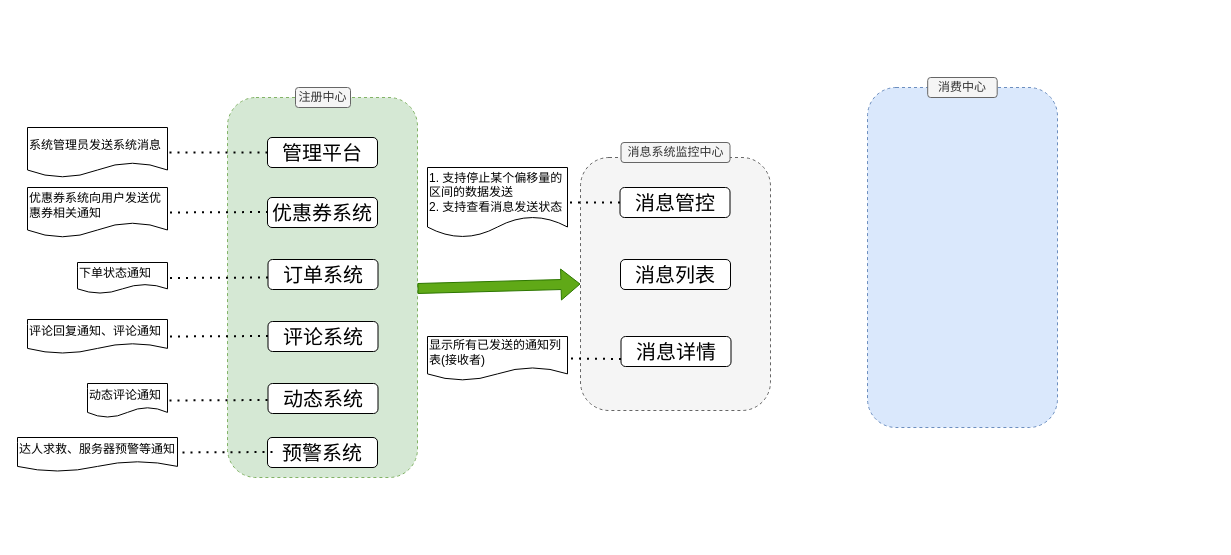
Above: message.drawio in yoooknight/Git (draw.io), before the change. Source tidied: cells renumbered, new cells numbered last; positions are measured from the earlier drawing's top-left corner, leaving out a move shared by most shapes. Both pictures are drawn from the tidied source at 100%, with x=0, y=0 at pixel (17, 77).
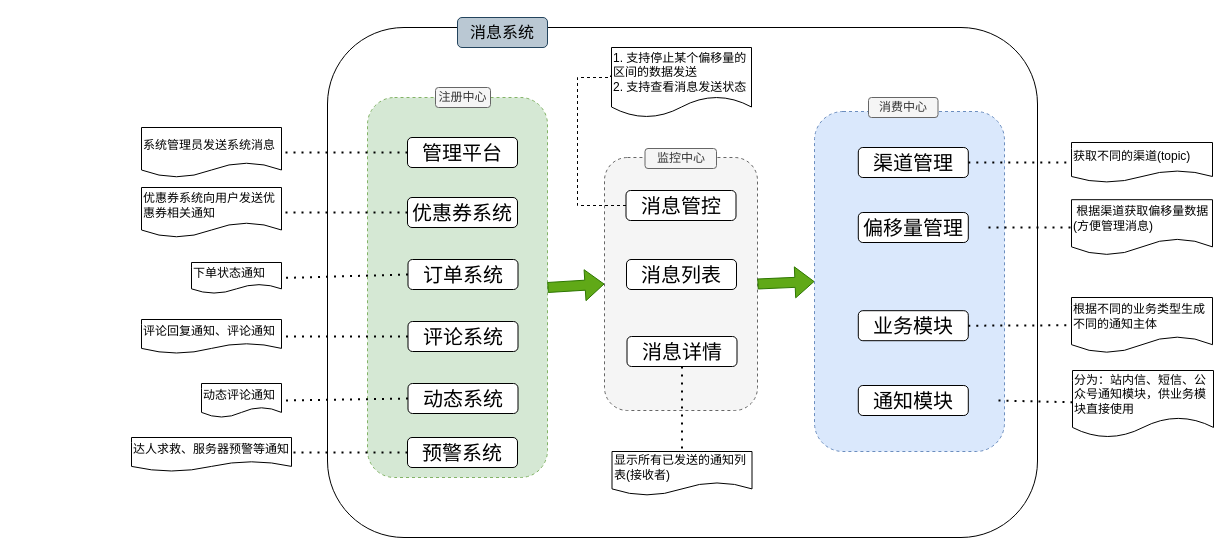
After the change.

Change to the diagram source:
```diff
@@
+    <mxCell id="34" style="rounded=1;whiteSpace=wrap;html=1;" parent="1" vertex="1">
+      <mxGeometry x="310" y="-50" width="710" height="510" as="geometry" />
+    </mxCell>
     <mxCell id="2" style="rounded=1;whiteSpace=wrap;html=1;dashed=1;fillColor=#d5e8d4;strokeColor=#82b366;" parent="1" vertex="1">
-      <mxGeometry x="210" y="20" width="190" height="380" as="geometry" />
+      <mxGeometry x="350" y="20" width="180" height="380" as="geometry" />
     </mxCell>
     <mxCell id="3" value="注册中心" style="rounded=1;whiteSpace=wrap;html=1;fillColor=#f5f5f5;fontColor=#333333;strokeColor=#666666;" parent="1" vertex="1">
-      <mxGeometry x="278" y="10" width="55" height="20" as="geometry" />
+      <mxGeometry x="418" y="10" width="55" height="20" as="geometry" />
     </mxCell>
     <mxCell id="4" value="&lt;font style=&quot;font-size: 20px;&quot;&gt;管理平台&lt;/font&gt;" style="rounded=1;whiteSpace=wrap;html=1;" parent="1" vertex="1">
-      <mxGeometry x="250" y="60" width="110" height="30" as="geometry" />
+      <mxGeometry x="390" y="60" width="110" height="30" as="geometry" />
     </mxCell>
     <mxCell id="5" value="&lt;font style=&quot;font-size: 20px;&quot;&gt;订单系统&lt;/font&gt;" style="rounded=1;whiteSpace=wrap;html=1;" parent="1" vertex="1">
-      <mxGeometry x="250.5" y="182" width="110" height="30" as="geometry" />
+      <mxGeometry x="390.5" y="182" width="110" height="30" as="geometry" />
     </mxCell>
     <mxCell id="6" value="&lt;font style=&quot;font-size: 20px;&quot;&gt;动态系统&lt;/font&gt;" style="rounded=1;whiteSpace=wrap;html=1;" parent="1" vertex="1">
-      <mxGeometry x="250.5" y="306" width="110" height="30" as="geometry" />
+      <mxGeometry x="390.5" y="306" width="110" height="30" as="geometry" />
     </mxCell>
     <mxCell id="7" value="&lt;font style=&quot;font-size: 20px;&quot;&gt;评论系统&lt;/font&gt;" style="rounded=1;whiteSpace=wrap;html=1;" parent="1" vertex="1">
-      <mxGeometry x="250.5" y="244" width="110" height="30" as="geometry" />
+      <mxGeometry x="390.5" y="244" width="110" height="30" as="geometry" />
     </mxCell>
     <mxCell id="8" value="&lt;font style=&quot;font-size: 20px;&quot;&gt;优惠券系统&lt;/font&gt;" style="rounded=1;whiteSpace=wrap;html=1;" parent="1" vertex="1">
-      <mxGeometry x="250" y="120" width="110" height="30" as="geometry" />
+      <mxGeometry x="390" y="120" width="110" height="30" as="geometry" />
     </mxCell>
@@
     <mxCell id="10" value="系统管理员发送系统消息" style="shape=document;whiteSpace=wrap;html=1;boundedLbl=1;align=left;" parent="1" vertex="1">
-      <mxGeometry x="10" y="50" width="140" height="50" as="geometry" />
+      <mxGeometry x="124" y="50" width="140" height="50" as="geometry" />
     </mxCell>
     <mxCell id="11" style="rounded=1;whiteSpace=wrap;html=1;dashed=1;fillColor=#dae8fc;strokeColor=#6c8ebf;" parent="1" vertex="1">
-      <mxGeometry x="850" y="10" width="190" height="340" as="geometry" />
+      <mxGeometry x="797" y="34" width="190" height="340" as="geometry" />
     </mxCell>
     <mxCell id="12" style="rounded=1;whiteSpace=wrap;html=1;dashed=1;fillColor=#f5f5f5;strokeColor=#666666;fontColor=#333333;" parent="1" vertex="1">
-      <mxGeometry x="563" y="80" width="190" height="253" as="geometry" />
+      <mxGeometry x="587" y="80" width="153" height="253" as="geometry" />
     </mxCell>
-    <mxCell id="13" style="endArrow=none;dashed=1;html=1;dashPattern=1 3;strokeWidth=2;rounded=0;exitX=0;exitY=0.5;exitDx=0;exitDy=0;" parent="1" edge="1">
+    <mxCell id="13" style="endArrow=none;dashed=1;html=1;dashPattern=1 3;strokeWidth=2;rounded=0;exitX=0;exitY=0.5;exitDx=0;exitDy=0;" parent="1" edge="1" source="8">
       <mxGeometry relative="1" as="geometry">
-        <mxPoint x="250.5" y="134.5" as="sourcePoint" />
-        <mxPoint x="151" y="135" as="targetPoint" />
+        <mxPoint x="265" y="135" as="targetPoint" />
       </mxGeometry>
     </mxCell>
     <mxCell id="14" value="优惠券系统向用户发送优惠券相关通知" style="shape=document;whiteSpace=wrap;html=1;boundedLbl=1;align=left;" parent="1" vertex="1">
-      <mxGeometry x="10" y="110" width="140" height="50" as="geometry" />
+      <mxGeometry x="124" y="110" width="140" height="50" as="geometry" />
     </mxCell>
     <mxCell id="15" value="下单状态通知" style="shape=document;whiteSpace=wrap;html=1;boundedLbl=1;align=left;" parent="1" vertex="1">
-      <mxGeometry x="60" y="185" width="90" height="31" as="geometry" />
+      <mxGeometry x="174" y="185" width="90" height="31" as="geometry" />
     </mxCell>
-    <mxCell id="16" style="endArrow=none;dashed=1;html=1;dashPattern=1 3;strokeWidth=2;rounded=0;exitX=0;exitY=0.5;exitDx=0;exitDy=0;entryX=1;entryY=0.5;entryDx=0;entryDy=0;" parent="1" edge="1" target="15">
-      <mxGeometry relative="1" as="geometry">
-        <mxPoint x="250.5" y="200" as="sourcePoint" />
-      </mxGeometry>
+    <mxCell id="16" style="endArrow=none;dashed=1;html=1;dashPattern=1 3;strokeWidth=2;rounded=0;exitX=0;exitY=0.5;exitDx=0;exitDy=0;entryX=1;entryY=0.5;entryDx=0;entryDy=0;" parent="1" edge="1" source="5" target="15">
+      <mxGeometry relative="1" as="geometry" />
     </mxCell>
     <mxCell id="17" value="评论回复通知、评论通知" style="shape=document;whiteSpace=wrap;html=1;boundedLbl=1;align=left;" parent="1" vertex="1">
-      <mxGeometry x="10" y="242" width="140" height="34" as="geometry" />
+      <mxGeometry x="124" y="242" width="140" height="34" as="geometry" />
     </mxCell>
-    <mxCell id="18" style="endArrow=none;dashed=1;html=1;dashPattern=1 3;strokeWidth=2;rounded=0;exitX=0;exitY=0.5;exitDx=0;exitDy=0;entryX=1;entryY=0.5;entryDx=0;entryDy=0;" parent="1" edge="1" target="17">
-      <mxGeometry relative="1" as="geometry">
-        <mxPoint x="250.5" y="258.5" as="sourcePoint" />
-      </mxGeometry>
+    <mxCell id="18" style="endArrow=none;dashed=1;html=1;dashPattern=1 3;strokeWidth=2;rounded=0;exitX=0;exitY=0.5;exitDx=0;exitDy=0;entryX=1;entryY=0.5;entryDx=0;entryDy=0;" parent="1" edge="1" source="7" target="17">
+      <mxGeometry relative="1" as="geometry" />
     </mxCell>
     <mxCell id="19" value="&lt;font style=&quot;font-size: 20px;&quot;&gt;预警系统&lt;/font&gt;" style="rounded=1;whiteSpace=wrap;html=1;" parent="1" vertex="1">
-      <mxGeometry x="250" y="360" width="110" height="30" as="geometry" />
+      <mxGeometry x="390" y="360" width="110" height="30" as="geometry" />
     </mxCell>
     <mxCell id="20" value="动态评论通知" style="shape=document;whiteSpace=wrap;html=1;boundedLbl=1;align=left;" parent="1" vertex="1">
-      <mxGeometry x="70" y="306" width="80" height="34" as="geometry" />
+      <mxGeometry x="184" y="306" width="80" height="34" as="geometry" />
     </mxCell>
-    <mxCell id="21" style="endArrow=none;dashed=1;html=1;dashPattern=1 3;strokeWidth=2;rounded=0;exitX=0;exitY=0.5;exitDx=0;exitDy=0;entryX=1;entryY=0.5;entryDx=0;entryDy=0;" parent="1" edge="1">
+    <mxCell id="21" style="endArrow=none;dashed=1;html=1;dashPattern=1 3;strokeWidth=2;rounded=0;exitX=0;exitY=0.5;exitDx=0;exitDy=0;entryX=1;entryY=0.5;entryDx=0;entryDy=0;" parent="1" edge="1" source="6">
       <mxGeometry relative="1" as="geometry">
-        <mxPoint x="250" y="322.5" as="sourcePoint" />
-        <mxPoint x="149.5" y="323" as="targetPoint" />
+        <mxPoint x="263.5" y="323" as="targetPoint" />
       </mxGeometry>
     </mxCell>
-    <mxCell id="22" style="endArrow=none;dashed=1;html=1;dashPattern=1 3;strokeWidth=2;rounded=0;exitX=0;exitY=0.5;exitDx=0;exitDy=0;entryX=1;entryY=0.5;entryDx=0;entryDy=0;" parent="1" edge="1">
+    <mxCell id="22" style="endArrow=none;dashed=1;html=1;dashPattern=1 3;strokeWidth=2;rounded=0;exitX=0;exitY=0.5;exitDx=0;exitDy=0;entryX=1;entryY=0.5;entryDx=0;entryDy=0;" parent="1" edge="1" source="19">
       <mxGeometry relative="1" as="geometry">
-        <mxPoint x="255" y="374.5" as="sourcePoint" />
-        <mxPoint x="154.5" y="375" as="targetPoint" />
+        <mxPoint x="268.5" y="375" as="targetPoint" />
       </mxGeometry>
     </mxCell>
     <mxCell id="23" value="达人求救、服务器预警等通知" style="shape=document;whiteSpace=wrap;html=1;boundedLbl=1;align=left;" parent="1" vertex="1">
-      <mxGeometry y="360" width="160" height="34" as="geometry" />
+      <mxGeometry x="114" y="360" width="160" height="34" as="geometry" />
     </mxCell>
-    <mxCell id="24" value="消息系统监控中心" style="rounded=1;whiteSpace=wrap;html=1;fillColor=#f5f5f5;strokeColor=#666666;fontColor=#333333;" parent="1" vertex="1">
-      <mxGeometry x="603.5" y="65" width="109" height="20" as="geometry" />
+    <mxCell id="24" value="监控中心" style="rounded=1;whiteSpace=wrap;html=1;fillColor=#f5f5f5;strokeColor=#666666;fontColor=#333333;" parent="1" vertex="1">
+      <mxGeometry x="627.5" y="71" width="71.5" height="20" as="geometry" />
     </mxCell>
-    <mxCell id="25" style="shape=flexArrow;endArrow=classic;html=1;rounded=0;entryX=0;entryY=0.5;entryDx=0;entryDy=0;exitX=1;exitY=0.5;exitDx=0;exitDy=0;fillColor=#60a917;strokeColor=#2D7600;" parent="1" edge="1" target="12">
-      <mxGeometry relative="1" as="geometry">
-        <mxPoint x="400" y="211" as="sourcePoint" />
-      </mxGeometry>
+    <mxCell id="25" style="shape=flexArrow;endArrow=classic;html=1;rounded=0;entryX=0;entryY=0.5;entryDx=0;entryDy=0;exitX=1;exitY=0.5;exitDx=0;exitDy=0;fillColor=#60a917;strokeColor=#2D7600;" parent="1" edge="1" source="2" target="12">
+      <mxGeometry relative="1" as="geometry" />
     </mxCell>
     <mxCell id="26" value="&lt;span style=&quot;font-size: 20px;&quot;&gt;消息列表&lt;/span&gt;" style="rounded=1;whiteSpace=wrap;html=1;" parent="1" vertex="1">
-      <mxGeometry x="603" y="182" width="110" height="30" as="geometry" />
+      <mxGeometry x="609" y="182" width="110" height="30" as="geometry" />
     </mxCell>
     <mxCell id="27" value="消费中心" style="rounded=1;whiteSpace=wrap;html=1;fillColor=#f5f5f5;strokeColor=#666666;fontColor=#333333;" parent="1" vertex="1">
-      <mxGeometry x="910.2" width="69.5" height="20" as="geometry" />
+      <mxGeometry x="851" y="20" width="69.5" height="20" as="geometry" />
     </mxCell>
+    <mxCell id="29" style="edgeStyle=orthogonalEdgeStyle;rounded=0;jettySize=auto;html=1;exitX=0;exitY=0.5;exitDx=0;exitDy=0;dashed=1;entryX=-0.007;entryY=0.4;entryDx=0;entryDy=0;entryPerimeter=0;startArrow=none;startFill=0;endArrow=none;endFill=0;" parent="1" edge="1" source="28" target="30">
+      <mxGeometry relative="1" as="geometry">
+        <Array as="points">
+          <mxPoint x="560" y="128" />
+          <mxPoint x="560" />
+          <mxPoint x="593" />
+        </Array>
+      </mxGeometry>
+    </mxCell>
     <mxCell id="28" value="&lt;span style=&quot;font-size: 20px;&quot;&gt;消息管控&lt;/span&gt;" style="rounded=1;whiteSpace=wrap;html=1;" parent="1" vertex="1">
-      <mxGeometry x="602.5" y="110" width="110" height="30" as="geometry" />
+      <mxGeometry x="608.5" y="113" width="110" height="30" as="geometry" />
     </mxCell>
-    <mxCell id="29" style="endArrow=none;dashed=1;html=1;dashPattern=1 3;strokeWidth=2;rounded=0;exitX=0;exitY=0.5;exitDx=0;exitDy=0;entryX=1;entryY=0.5;entryDx=0;entryDy=0;" parent="1" edge="1" source="28" target="30">
-      <mxGeometry relative="1" as="geometry" />
-    </mxCell>
     <mxCell id="30" value="1. 支持停止某个偏移量的区间的数据发送&lt;br&gt;2. 支持查看消息发送状态" style="shape=document;whiteSpace=wrap;html=1;boundedLbl=1;align=left;" parent="1" vertex="1">
-      <mxGeometry x="410" y="90" width="140" height="70" as="geometry" />
+      <mxGeometry x="594" y="-30" width="140" height="70" as="geometry" />
     </mxCell>
     <mxCell id="31" value="&lt;span style=&quot;font-size: 20px;&quot;&gt;消息详情&lt;/span&gt;" style="rounded=1;whiteSpace=wrap;html=1;" parent="1" vertex="1">
-      <mxGeometry x="603.5" y="259" width="110" height="30" as="geometry" />
+      <mxGeometry x="609.5" y="259" width="110" height="30" as="geometry" />
     </mxCell>
     <mxCell id="32" value="显示所有已发送的通知列表(接收者)" style="shape=document;whiteSpace=wrap;html=1;boundedLbl=1;align=left;" parent="1" vertex="1">
-      <mxGeometry x="410" y="259" width="140" height="44" as="geometry" />
+      <mxGeometry x="594.5" y="374" width="140" height="44" as="geometry" />
     </mxCell>
-    <mxCell id="33" style="endArrow=none;dashed=1;html=1;dashPattern=1 3;strokeWidth=2;rounded=0;exitX=0;exitY=0.75;exitDx=0;exitDy=0;entryX=1;entryY=0.5;entryDx=0;entryDy=0;" parent="1" edge="1" source="31" target="32">
+    <mxCell id="33" style="endArrow=none;dashed=1;html=1;dashPattern=1 3;strokeWidth=2;rounded=0;exitX=0.5;exitY=1;exitDx=0;exitDy=0;entryX=0.5;entryY=0;entryDx=0;entryDy=0;" parent="1" edge="1" source="31" target="32">
       <mxGeometry relative="1" as="geometry" />
     </mxCell>
+    <mxCell id="35" style="shape=flexArrow;endArrow=classic;html=1;rounded=0;entryX=0;entryY=0.5;entryDx=0;entryDy=0;exitX=1;exitY=0.5;exitDx=0;exitDy=0;fillColor=#60a917;strokeColor=#2D7600;" parent="1" edge="1" source="12" target="11">
+      <mxGeometry relative="1" as="geometry" />
+    </mxCell>
+    <mxCell id="36" value="&lt;span style=&quot;font-size: 20px;&quot;&gt;偏移量管理&lt;/span&gt;" style="rounded=1;whiteSpace=wrap;html=1;" parent="1" vertex="1">
+      <mxGeometry x="840.8" y="135" width="110" height="30" as="geometry" />
+    </mxCell>
+    <mxCell id="37" value="&amp;nbsp;根据渠道获取偏移量数据&lt;br&gt;(方便管理消息)" style="shape=document;whiteSpace=wrap;html=1;boundedLbl=1;align=left;" parent="1" vertex="1">
+      <mxGeometry x="1054" y="122.2" width="141" height="55.5" as="geometry" />
+    </mxCell>
+    <mxCell id="38" style="endArrow=none;dashed=1;html=1;dashPattern=1 3;strokeWidth=2;rounded=0;entryX=0;entryY=0.5;entryDx=0;entryDy=0;" parent="1" edge="1" target="37">
+      <mxGeometry relative="1" as="geometry">
+        <mxPoint x="971" y="150" as="sourcePoint" />
+      </mxGeometry>
+    </mxCell>
+    <mxCell id="39" value="&lt;span style=&quot;font-size: 20px;&quot;&gt;渠道管理&lt;/span&gt;" style="rounded=1;whiteSpace=wrap;html=1;" parent="1" vertex="1">
+      <mxGeometry x="840.8" y="70" width="110" height="30" as="geometry" />
+    </mxCell>
+    <mxCell id="40" value="获取不同的渠道(topic)" style="shape=document;whiteSpace=wrap;html=1;boundedLbl=1;align=left;" parent="1" vertex="1">
+      <mxGeometry x="1054" y="65" width="141" height="40" as="geometry" />
+    </mxCell>
+    <mxCell id="41" style="endArrow=none;dashed=1;html=1;dashPattern=1 3;strokeWidth=2;rounded=0;entryX=0;entryY=0.5;entryDx=0;entryDy=0;exitX=1;exitY=0.5;exitDx=0;exitDy=0;" parent="1" edge="1" source="39" target="40">
+      <mxGeometry relative="1" as="geometry" />
+    </mxCell>
+    <mxCell id="42" value="&lt;span style=&quot;font-size: 20px;&quot;&gt;业务模块&lt;/span&gt;" style="rounded=1;whiteSpace=wrap;html=1;" parent="1" vertex="1">
+      <mxGeometry x="840.8" y="233.2" width="110" height="30" as="geometry" />
+    </mxCell>
+    <mxCell id="43" value="&lt;span style=&quot;font-size: 20px;&quot;&gt;通知模块&lt;/span&gt;" style="rounded=1;whiteSpace=wrap;html=1;" parent="1" vertex="1">
+      <mxGeometry x="840.8" y="308" width="110" height="30" as="geometry" />
+    </mxCell>
+    <mxCell id="44" value="分为：站内信、短信、公众号通知模块，供业务模块直接使用" style="shape=document;whiteSpace=wrap;html=1;boundedLbl=1;align=left;" parent="1" vertex="1">
+      <mxGeometry x="1055" y="293" width="141" height="67" as="geometry" />
+    </mxCell>
+    <mxCell id="45" value="根据不同的业务类型生成不同的通知主体" style="shape=document;whiteSpace=wrap;html=1;boundedLbl=1;align=left;" parent="1" vertex="1">
+      <mxGeometry x="1054" y="220" width="141" height="55.5" as="geometry" />
+    </mxCell>
+    <mxCell id="46" style="endArrow=none;dashed=1;html=1;dashPattern=1 3;strokeWidth=2;rounded=0;entryX=0;entryY=0.5;entryDx=0;entryDy=0;exitX=1;exitY=0.5;exitDx=0;exitDy=0;" parent="1" edge="1" source="42" target="45">
+      <mxGeometry relative="1" as="geometry" />
+    </mxCell>
+    <mxCell id="47" style="endArrow=none;dashed=1;html=1;dashPattern=1 3;strokeWidth=2;rounded=0;" parent="1" edge="1" target="44">
+      <mxGeometry relative="1" as="geometry">
+        <mxPoint x="981" y="323" as="sourcePoint" />
+      </mxGeometry>
+    </mxCell>
+    <mxCell id="48" value="&lt;font style=&quot;font-size: 16px;&quot;&gt;消息系统&lt;/font&gt;" style="rounded=1;whiteSpace=wrap;html=1;fillColor=#bac8d3;strokeColor=#23445d;" parent="1" vertex="1">
+      <mxGeometry x="440" y="-60" width="90" height="30" as="geometry" />
+    </mxCell>
```
